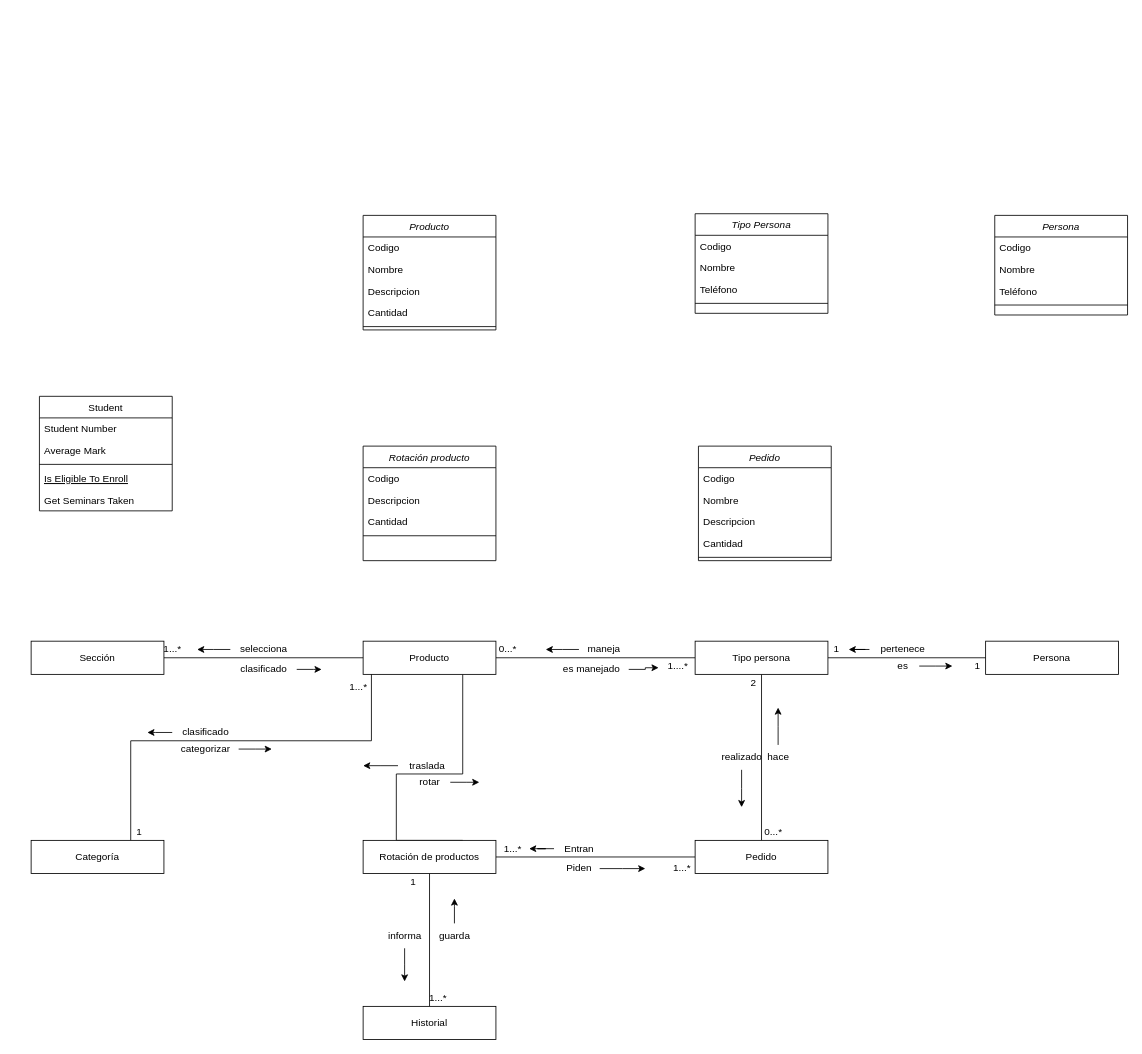
The draw.io diagram Extraclase/Modelo de dominio/Modelo de dominio detallado/Modelo de dominio detallado.drawio in DOOPan2022/Presupuesto, before the edit. Source tidied: cells renumbered, new cells numbered last; positions are measured from the earlier drawing's top-left corner, leaving out a move shared by most shapes. Both pictures are drawn from the tidied source at 83%, with x=0, y=0 at pixel (31, 213).
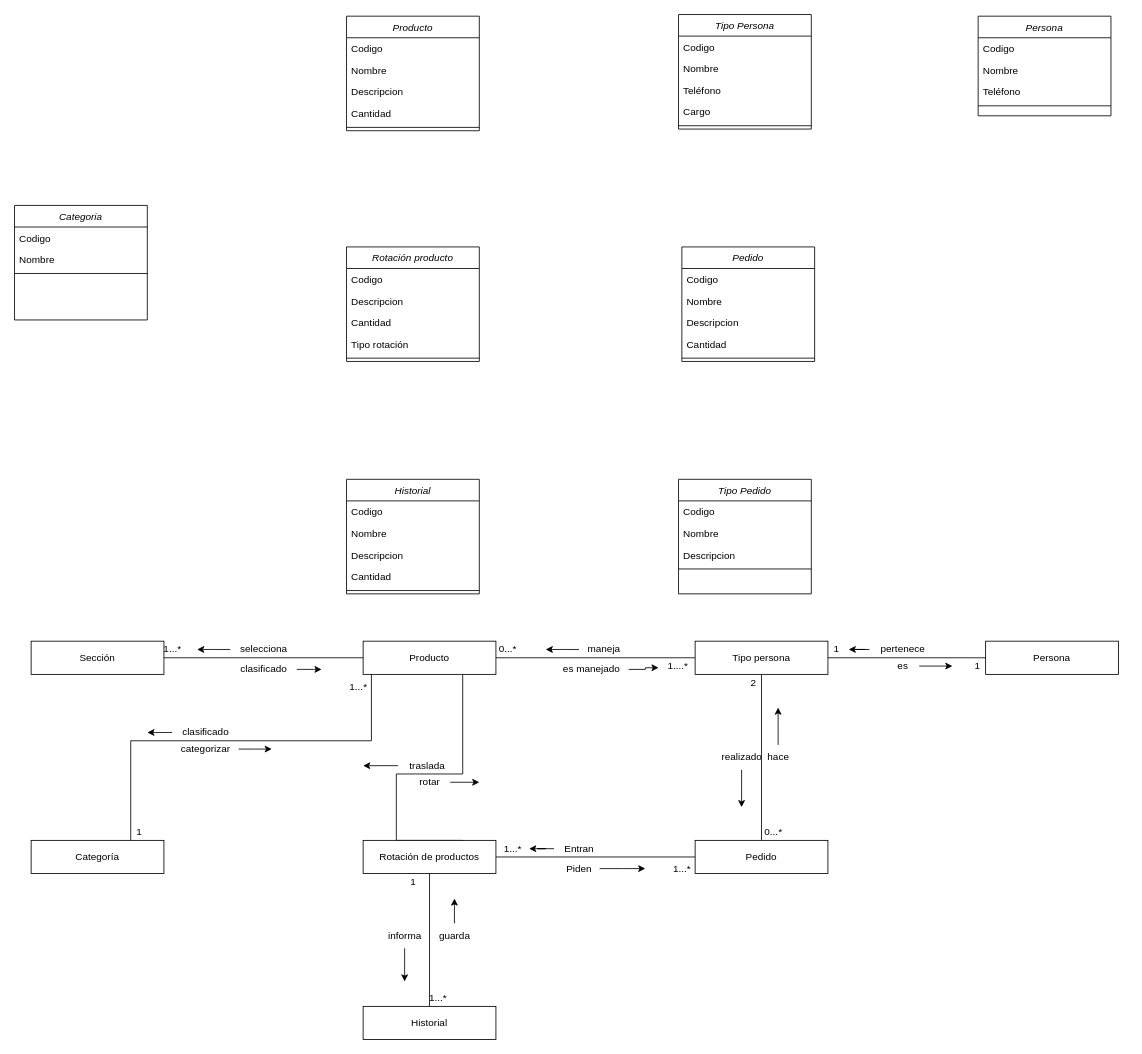
The same page after the edit.

Change to the diagram source:
```diff
@@
     <mxCell id="2" value="Persona" style="swimlane;fontStyle=2;align=center;verticalAlign=top;horizontal=1;startSize=26;rounded=0;shadow=0;strokeWidth=1;" parent="1" vertex="1">
-      <mxGeometry x="1161" y="2" width="160" height="120" as="geometry" />
+      <mxGeometry x="1141" y="-238" width="160" height="120" as="geometry" />
     </mxCell>
@@
-    <mxCell id="7" value="Student" style="swimlane;fontStyle=0;align=center;verticalAlign=top;horizontal=1;startSize=26;rounded=0;shadow=0;strokeWidth=1;" parent="1" vertex="1">
-      <mxGeometry x="10" y="220" width="160" height="138" as="geometry" />
-    </mxCell>
-    <mxCell id="8" value="Student Number" style="text;align=left;verticalAlign=top;spacingLeft=4;spacingRight=4;overflow=hidden;" parent="7" vertex="1">
-      <mxGeometry y="26" width="160" height="26" as="geometry" />
-    </mxCell>
-    <mxCell id="9" value="Average Mark" style="text;align=left;verticalAlign=top;spacingLeft=4;spacingRight=4;overflow=hidden;rounded=0;shadow=0;html=0;" parent="7" vertex="1">
-      <mxGeometry y="52" width="160" height="26" as="geometry" />
-    </mxCell>
-    <mxCell id="10" style="line;html=1;strokeWidth=1;align=left;verticalAlign=middle;spacingTop=-1;spacingLeft=3;spacingRight=3;labelPosition=right;" parent="7" vertex="1">
-      <mxGeometry y="78" width="160" height="8" as="geometry" />
-    </mxCell>
-    <mxCell id="11" value="Is Eligible To Enroll" style="text;align=left;verticalAlign=top;spacingLeft=4;spacingRight=4;overflow=hidden;fontStyle=4;" parent="7" vertex="1">
-      <mxGeometry y="86" width="160" height="26" as="geometry" />
-    </mxCell>
-    <mxCell id="12" value="Get Seminars Taken" style="text;align=left;verticalAlign=top;spacingLeft=4;spacingRight=4;overflow=hidden;" parent="7" vertex="1">
-      <mxGeometry y="112" width="160" height="26" as="geometry" />
-    </mxCell>
@@
     <mxCell id="74" value="Tipo Persona" style="swimlane;fontStyle=2;align=center;verticalAlign=top;horizontal=1;startSize=26;rounded=0;shadow=0;strokeWidth=1;" parent="1" vertex="1">
-      <mxGeometry x="800" width="160" height="120" as="geometry" />
+      <mxGeometry x="780" y="-240" width="160" height="138" as="geometry" />
     </mxCell>
@@
+    <mxCell id="96" value="Cargo" style="text;align=left;verticalAlign=top;spacingLeft=4;spacingRight=4;overflow=hidden;" parent="74" vertex="1">
+      <mxGeometry y="104" width="160" height="26" as="geometry" />
+    </mxCell>
     <mxCell id="78" style="line;html=1;strokeWidth=1;align=left;verticalAlign=middle;spacingTop=-1;spacingLeft=3;spacingRight=3;labelPosition=right;" parent="74" vertex="1">
-      <mxGeometry y="104" width="160" height="8" as="geometry" />
+      <mxGeometry y="130" width="160" height="8" as="geometry" />
     </mxCell>
     <mxCell id="79" value="Producto" style="swimlane;fontStyle=2;align=center;verticalAlign=top;horizontal=1;startSize=26;rounded=0;shadow=0;strokeWidth=1;" parent="1" vertex="1">
-      <mxGeometry x="400" y="2" width="160" height="138" as="geometry" />
+      <mxGeometry x="380" y="-238" width="160" height="138" as="geometry" />
     </mxCell>
@@
     <mxCell id="85" value="Rotación producto" style="swimlane;fontStyle=2;align=center;verticalAlign=top;horizontal=1;startSize=26;rounded=0;shadow=0;strokeWidth=1;" parent="1" vertex="1">
-      <mxGeometry x="400" y="280" width="160" height="138" as="geometry" />
+      <mxGeometry x="380" y="40" width="160" height="138" as="geometry" />
     </mxCell>
@@
+    <mxCell id="97" value="Tipo rotación" style="text;align=left;verticalAlign=top;spacingLeft=4;spacingRight=4;overflow=hidden;" parent="85" vertex="1">
+      <mxGeometry y="104" width="160" height="26" as="geometry" />
+    </mxCell>
     <mxCell id="89" style="line;html=1;strokeWidth=1;align=left;verticalAlign=middle;spacingTop=-1;spacingLeft=3;spacingRight=3;labelPosition=right;" parent="85" vertex="1">
-      <mxGeometry y="104" width="160" height="8" as="geometry" />
+      <mxGeometry y="130" width="160" height="8" as="geometry" />
     </mxCell>
     <mxCell id="90" value="Pedido" style="swimlane;fontStyle=2;align=center;verticalAlign=top;horizontal=1;startSize=26;rounded=0;shadow=0;strokeWidth=1;" parent="1" vertex="1">
-      <mxGeometry x="804" y="280" width="160" height="138" as="geometry" />
+      <mxGeometry x="784" y="40" width="160" height="138" as="geometry" />
     </mxCell>
@@
+    <mxCell id="98" value="Categoria" style="swimlane;fontStyle=2;align=center;verticalAlign=top;horizontal=1;startSize=26;rounded=0;shadow=0;strokeWidth=1;" parent="1" vertex="1">
+      <mxGeometry x="-20" y="-10" width="160" height="138" as="geometry" />
+    </mxCell>
+    <mxCell id="99" value="Codigo" style="text;align=left;verticalAlign=top;spacingLeft=4;spacingRight=4;overflow=hidden;" parent="98" vertex="1">
+      <mxGeometry y="26" width="160" height="26" as="geometry" />
+    </mxCell>
+    <mxCell id="100" value="Nombre" style="text;align=left;verticalAlign=top;spacingLeft=4;spacingRight=4;overflow=hidden;" parent="98" vertex="1">
+      <mxGeometry y="52" width="160" height="26" as="geometry" />
+    </mxCell>
+    <mxCell id="10" style="line;html=1;strokeWidth=1;align=left;verticalAlign=middle;spacingTop=-1;spacingLeft=3;spacingRight=3;labelPosition=right;" parent="98" vertex="1">
+      <mxGeometry y="78" width="160" height="8" as="geometry" />
+    </mxCell>
+    <mxCell id="101" value="Historial" style="swimlane;fontStyle=2;align=center;verticalAlign=top;horizontal=1;startSize=26;rounded=0;shadow=0;strokeWidth=1;" parent="1" vertex="1">
+      <mxGeometry x="380" y="320" width="160" height="138" as="geometry" />
+    </mxCell>
+    <mxCell id="102" value="Codigo" style="text;align=left;verticalAlign=top;spacingLeft=4;spacingRight=4;overflow=hidden;" parent="101" vertex="1">
+      <mxGeometry y="26" width="160" height="26" as="geometry" />
+    </mxCell>
+    <mxCell id="103" value="Nombre" style="text;align=left;verticalAlign=top;spacingLeft=4;spacingRight=4;overflow=hidden;" parent="101" vertex="1">
+      <mxGeometry y="52" width="160" height="26" as="geometry" />
+    </mxCell>
+    <mxCell id="104" value="Descripcion" style="text;align=left;verticalAlign=top;spacingLeft=4;spacingRight=4;overflow=hidden;rounded=0;shadow=0;html=0;" parent="101" vertex="1">
+      <mxGeometry y="78" width="160" height="26" as="geometry" />
+    </mxCell>
+    <mxCell id="105" value="Cantidad" style="text;align=left;verticalAlign=top;spacingLeft=4;spacingRight=4;overflow=hidden;rounded=0;shadow=0;html=0;" parent="101" vertex="1">
+      <mxGeometry y="104" width="160" height="26" as="geometry" />
+    </mxCell>
+    <mxCell id="106" style="line;html=1;strokeWidth=1;align=left;verticalAlign=middle;spacingTop=-1;spacingLeft=3;spacingRight=3;labelPosition=right;" parent="101" vertex="1">
+      <mxGeometry y="130" width="160" height="8" as="geometry" />
+    </mxCell>
+    <mxCell id="107" value="Tipo Pedido" style="swimlane;fontStyle=2;align=center;verticalAlign=top;horizontal=1;startSize=26;rounded=0;shadow=0;strokeWidth=1;" parent="1" vertex="1">
+      <mxGeometry x="780" y="320" width="160" height="138" as="geometry" />
+    </mxCell>
+    <mxCell id="108" value="Codigo" style="text;align=left;verticalAlign=top;spacingLeft=4;spacingRight=4;overflow=hidden;" parent="107" vertex="1">
+      <mxGeometry y="26" width="160" height="26" as="geometry" />
+    </mxCell>
+    <mxCell id="109" value="Nombre" style="text;align=left;verticalAlign=top;spacingLeft=4;spacingRight=4;overflow=hidden;" parent="107" vertex="1">
+      <mxGeometry y="52" width="160" height="26" as="geometry" />
+    </mxCell>
+    <mxCell id="110" value="Descripcion" style="text;align=left;verticalAlign=top;spacingLeft=4;spacingRight=4;overflow=hidden;rounded=0;shadow=0;html=0;" parent="107" vertex="1">
+      <mxGeometry y="78" width="160" height="26" as="geometry" />
+    </mxCell>
+    <mxCell id="111" style="line;html=1;strokeWidth=1;align=left;verticalAlign=middle;spacingTop=-1;spacingLeft=3;spacingRight=3;labelPosition=right;" parent="107" vertex="1">
+      <mxGeometry y="104" width="160" height="8" as="geometry" />
+    </mxCell>
```
